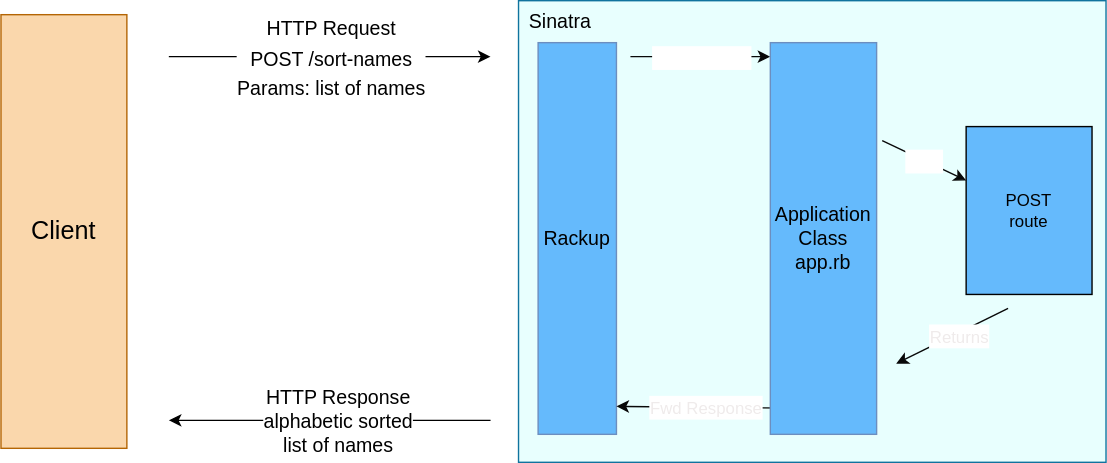
Ajmakovsky/Makers-Week-4-Web-Applications keeps this draw.io diagram as phase_2/hello_web_diagram.drawio.svg. Above is the earlier version. Source tidied: cells renumbered, new cells last; positions are measured from the earlier drawing's top-left corner, leaving out a move shared by most shapes. Source of this version:
```xml
<mxGraphModel>
  <root>
    <mxCell id="0" />
    <mxCell id="1" parent="0" />
    <mxCell id="2" value="&lt;font color=&quot;#000000&quot; style=&quot;font-size: 18px;&quot;&gt;Client&amp;nbsp;&lt;/font&gt;" style="rounded=0;whiteSpace=wrap;html=1;fillColor=#fad7ac;strokeColor=#b46504;" parent="1" vertex="1">
      <mxGeometry y="10" width="90" height="310" as="geometry" />
    </mxCell>
    <mxCell id="3" style="endArrow=classic;html=1;fontSize=18;" parent="1" edge="1">
      <mxGeometry relative="1" as="geometry">
        <mxPoint x="120" y="40" as="sourcePoint" />
        <mxPoint x="350" y="40" as="targetPoint" />
      </mxGeometry>
    </mxCell>
    <mxCell id="4" value="&lt;font style=&quot;font-size: 14px;&quot;&gt;&amp;nbsp;HTTP Request&amp;nbsp;&lt;br&gt;POST /sort-names&lt;br&gt;Params: list of names&amp;nbsp;&amp;nbsp;&lt;/font&gt;" style="edgeLabel;html=1;align=center;verticalAlign=middle;fontSize=18;" parent="3" vertex="1">
      <mxGeometry relative="1" as="geometry" />
    </mxCell>
    <mxCell id="5" style="endArrow=classic;html=1;fontSize=14;" parent="1" edge="1">
      <mxGeometry relative="1" as="geometry">
        <mxPoint x="350" y="300" as="sourcePoint" />
        <mxPoint x="120" y="300" as="targetPoint" />
      </mxGeometry>
    </mxCell>
    <mxCell id="6" value="HTTP Response&lt;br&gt;alphabetic sorted &lt;br&gt;list of names" style="edgeLabel;html=1;align=center;verticalAlign=middle;fontSize=14;" parent="5" vertex="1">
      <mxGeometry relative="1" as="geometry">
        <mxPoint x="5" as="offset" />
      </mxGeometry>
    </mxCell>
    <mxCell id="7" style="rounded=0;whiteSpace=wrap;html=1;fontSize=14;fillColor=#E8FFFE;strokeColor=#10739e;" parent="1" vertex="1">
      <mxGeometry x="370" width="420" height="330" as="geometry" />
    </mxCell>
    <mxCell id="8" value="Sinatra&amp;nbsp;" style="text;html=1;strokeColor=none;fillColor=none;align=center;verticalAlign=middle;whiteSpace=wrap;rounded=0;fontSize=14;fontColor=#000000;" parent="1" vertex="1">
      <mxGeometry x="370" width="60" height="30" as="geometry" />
    </mxCell>
    <mxCell id="9" value="&lt;font color=&quot;#000000&quot;&gt;Rackup&lt;/font&gt;" style="rounded=0;whiteSpace=wrap;html=1;fontSize=14;fillColor=#65BAFC;gradientColor=none;strokeColor=#6c8ebf;" parent="1" vertex="1">
      <mxGeometry x="384" y="30" width="56" height="280" as="geometry" />
    </mxCell>
    <mxCell id="10" style="endArrow=classic;html=1;fontSize=14;fontColor=#000000;strokeColor=#080808;" parent="1" edge="1">
      <mxGeometry relative="1" as="geometry">
        <mxPoint x="450" y="40" as="sourcePoint" />
        <mxPoint x="550" y="40" as="targetPoint" />
      </mxGeometry>
    </mxCell>
    <mxCell id="11" value="&lt;font style=&quot;font-size: 12px;&quot; color=&quot;#ffffff&quot;&gt;Fwd Request&lt;/font&gt;" style="edgeLabel;html=1;align=center;verticalAlign=middle;fontSize=14;fontColor=#000000;fillColor=#65BAFC;gradientColor=none;" parent="10" vertex="1">
      <mxGeometry relative="1" as="geometry" />
    </mxCell>
    <mxCell id="12" style="endArrow=classic;html=1;fontSize=14;fontColor=#000000;strokeColor=#080808;entryX=1.058;entryY=0.924;entryDx=0;entryDy=0;entryPerimeter=0;" parent="1" edge="1">
      <mxGeometry relative="1" as="geometry">
        <mxPoint x="566.2" y="291.3" as="sourcePoint" />
        <mxPoint x="440" y="290" as="targetPoint" />
      </mxGeometry>
    </mxCell>
    <mxCell id="13" value="&lt;font color=&quot;#efebeb&quot; style=&quot;font-size: 12px;&quot;&gt;Fwd Response&lt;/font&gt;" style="edgeLabel;html=1;align=center;verticalAlign=middle;fontSize=14;fontColor=#000000;fillColor=#65BAFC;gradientColor=none;" parent="12" vertex="1">
      <mxGeometry relative="1" as="geometry" />
    </mxCell>
    <mxCell id="14" value="&lt;font color=&quot;#000000&quot;&gt;Application&lt;br&gt;Class&amp;nbsp;&lt;br&gt;app.rb&lt;br&gt;&lt;/font&gt;" style="rounded=0;whiteSpace=wrap;html=1;fontSize=14;fillColor=#65BAFC;gradientColor=none;strokeColor=#6c8ebf;" parent="1" vertex="1">
      <mxGeometry x="550" y="30" width="76" height="280" as="geometry" />
    </mxCell>
    <mxCell id="15" style="endArrow=classic;html=1;fontSize=14;fontColor=#000000;strokeColor=#080808;" parent="1" edge="1" target="19">
      <mxGeometry relative="1" as="geometry">
        <mxPoint x="630" y="100" as="sourcePoint" />
      </mxGeometry>
    </mxCell>
    <mxCell id="16" value="&lt;font style=&quot;font-size: 12px;&quot; color=&quot;#ffffff&quot;&gt;Calls&lt;/font&gt;" style="edgeLabel;html=1;align=center;verticalAlign=middle;fontSize=14;fontColor=#000000;fillColor=#65BAFC;gradientColor=none;" parent="15" vertex="1">
      <mxGeometry relative="1" as="geometry" />
    </mxCell>
    <mxCell id="17" style="endArrow=classic;html=1;fontSize=14;fontColor=#000000;strokeColor=#080808;entryX=1.058;entryY=0.924;entryDx=0;entryDy=0;entryPerimeter=0;" parent="1" edge="1">
      <mxGeometry relative="1" as="geometry">
        <mxPoint x="720" y="220" as="sourcePoint" />
        <mxPoint x="640" y="259.5" as="targetPoint" />
      </mxGeometry>
    </mxCell>
    <mxCell id="18" value="&lt;font color=&quot;#efebeb&quot;&gt;&lt;span style=&quot;font-size: 12px;&quot;&gt;Returns&lt;/span&gt;&lt;/font&gt;" style="edgeLabel;html=1;align=center;verticalAlign=middle;fontSize=14;fontColor=#000000;fillColor=#65BAFC;gradientColor=none;" parent="17" vertex="1">
      <mxGeometry relative="1" as="geometry">
        <mxPoint x="5" as="offset" />
      </mxGeometry>
    </mxCell>
    <mxCell id="19" value="&lt;font color=&quot;#000000&quot;&gt;POST&lt;br&gt;route&lt;/font&gt;" style="rounded=0;whiteSpace=wrap;html=1;fontSize=12;fontColor=#efebeb;fillColor=#65BAFC;gradientColor=none;" parent="1" vertex="1">
      <mxGeometry x="690" y="90" width="90" height="120" as="geometry" />
    </mxCell>
  </root>
</mxGraphModel>
```
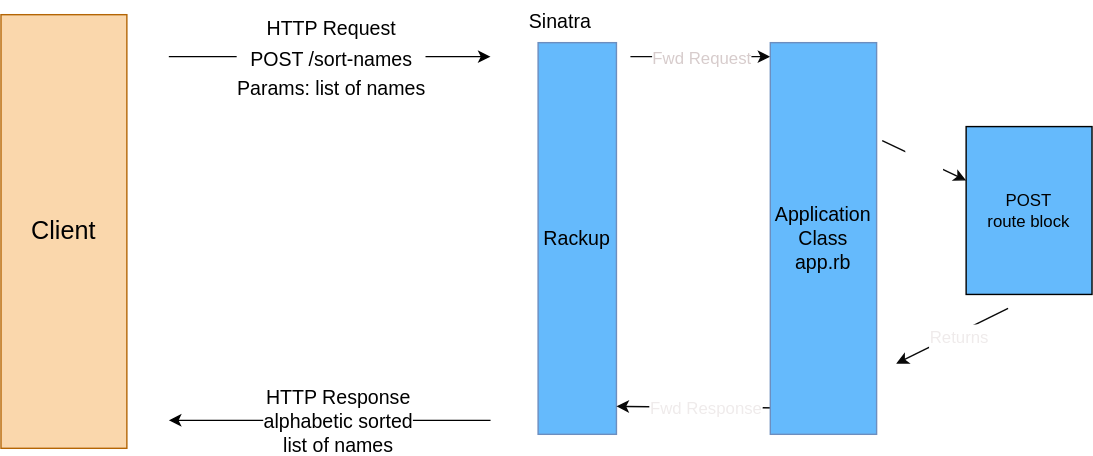
The same diagram one commit later.

What changed in the source:
```diff
@@ -25,9 +25,6 @@
         <mxPoint x="5" as="offset" />
       </mxGeometry>
     </mxCell>
-    <mxCell id="7" style="rounded=0;whiteSpace=wrap;html=1;fontSize=14;fillColor=#E8FFFE;strokeColor=#10739e;" parent="1" vertex="1">
-      <mxGeometry x="370" width="420" height="330" as="geometry" />
-    </mxCell>
     <mxCell id="8" value="Sinatra&amp;nbsp;" style="text;html=1;strokeColor=none;fillColor=none;align=center;verticalAlign=middle;whiteSpace=wrap;rounded=0;fontSize=14;fontColor=#000000;" parent="1" vertex="1">
       <mxGeometry x="370" width="60" height="30" as="geometry" />
     </mxCell>
@@ -40,7 +37,7 @@
         <mxPoint x="550" y="40" as="targetPoint" />
       </mxGeometry>
     </mxCell>
-    <mxCell id="11" value="&lt;font style=&quot;font-size: 12px;&quot; color=&quot;#ffffff&quot;&gt;Fwd Request&lt;/font&gt;" style="edgeLabel;html=1;align=center;verticalAlign=middle;fontSize=14;fontColor=#000000;fillColor=#65BAFC;gradientColor=none;" parent="10" vertex="1">
+    <mxCell id="11" value="&lt;font color=&quot;#d7cccc&quot; style=&quot;font-size: 12px;&quot;&gt;Fwd Request&lt;/font&gt;" style="edgeLabel;html=1;align=center;verticalAlign=middle;fontSize=14;fontColor=#FFFFFF;fillColor=#65BAFC;gradientColor=none;" parent="10" vertex="1">
       <mxGeometry relative="1" as="geometry" />
     </mxCell>
     <mxCell id="12" style="endArrow=classic;html=1;fontSize=14;fontColor=#000000;strokeColor=#080808;entryX=1.058;entryY=0.924;entryDx=0;entryDy=0;entryPerimeter=0;" parent="1" edge="1">
@@ -60,7 +57,7 @@
         <mxPoint x="630" y="100" as="sourcePoint" />
       </mxGeometry>
     </mxCell>
-    <mxCell id="16" value="&lt;font style=&quot;font-size: 12px;&quot; color=&quot;#ffffff&quot;&gt;Calls&lt;/font&gt;" style="edgeLabel;html=1;align=center;verticalAlign=middle;fontSize=14;fontColor=#000000;fillColor=#65BAFC;gradientColor=none;" parent="15" vertex="1">
+    <mxCell id="16" value="&lt;font style=&quot;font-size: 12px;&quot;&gt;Calls&lt;/font&gt;" style="edgeLabel;html=1;align=center;verticalAlign=middle;fontSize=14;fontColor=#FFFFFF;fillColor=#65BAFC;gradientColor=none;" parent="15" vertex="1">
       <mxGeometry relative="1" as="geometry" />
     </mxCell>
     <mxCell id="17" style="endArrow=classic;html=1;fontSize=14;fontColor=#000000;strokeColor=#080808;entryX=1.058;entryY=0.924;entryDx=0;entryDy=0;entryPerimeter=0;" parent="1" edge="1">
@@ -74,7 +71,7 @@
         <mxPoint x="5" as="offset" />
       </mxGeometry>
     </mxCell>
-    <mxCell id="19" value="&lt;font color=&quot;#000000&quot;&gt;POST&lt;br&gt;route&lt;/font&gt;" style="rounded=0;whiteSpace=wrap;html=1;fontSize=12;fontColor=#efebeb;fillColor=#65BAFC;gradientColor=none;" parent="1" vertex="1">
+    <mxCell id="19" value="&lt;font color=&quot;#000000&quot;&gt;POST&lt;br&gt;route block&lt;/font&gt;" style="rounded=0;whiteSpace=wrap;html=1;fontSize=12;fontColor=#efebeb;fillColor=#65BAFC;gradientColor=none;" parent="1" vertex="1">
       <mxGeometry x="690" y="90" width="90" height="120" as="geometry" />
     </mxCell>
   </root>
```
